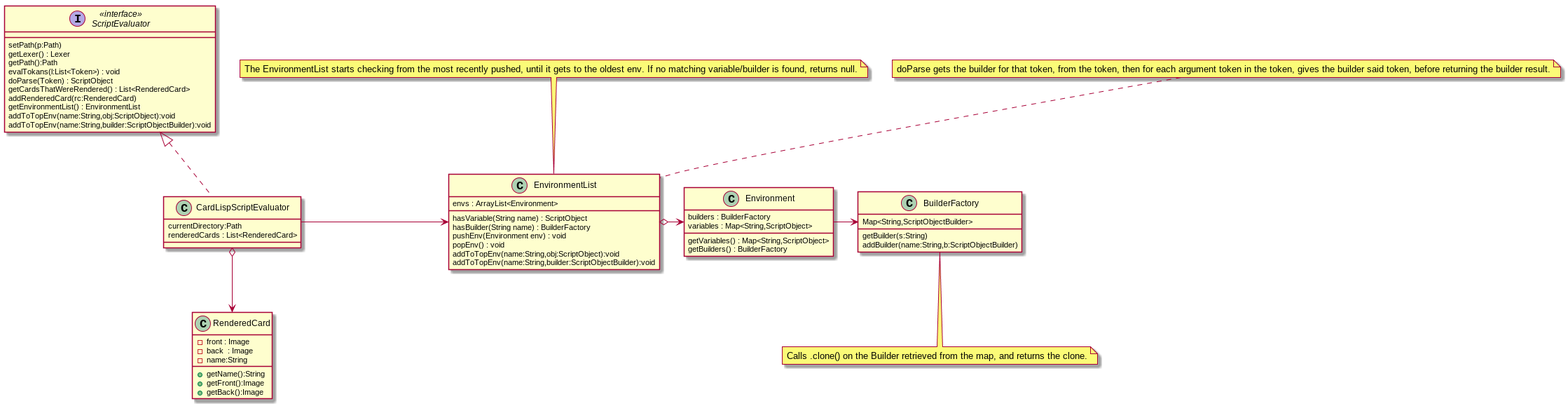
MatthewBregg/DesignPatternsRepo keeps this PlantUML diagram as Parsing/ScriptEvaluatorUML.png. Above is the earlier version.
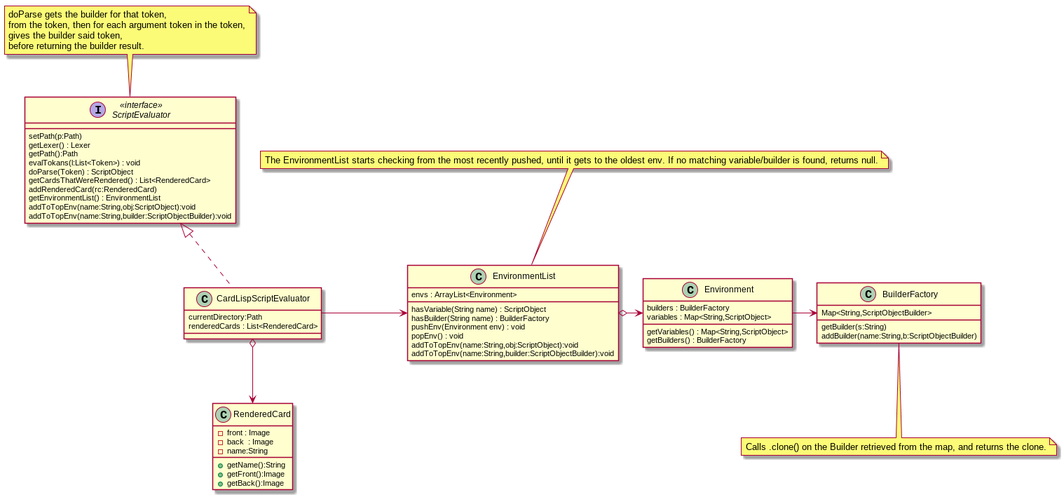
The same file after the commit.

Commit message:
Updated ScriptEvaluator to be a bit more compact

Diff of the diagram source:
```diff
@@ -49,7 +49,12 @@
 
 CardLispScriptEvaluator -> EnvironmentList
 
-note top : doParse gets the builder for that token, from the token, then for each argument token in the token, gives the builder said token, before returning the builder result.
+note top of ScriptEvaluator
+ doParse gets the builder for that token,
+ from the token, then for each argument token in the token,
+ gives the builder said token,
+ before returning the builder result.
+end note
 
 
 
```
